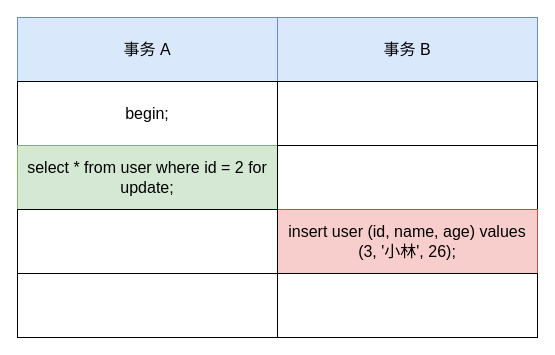
xiaolincoder/ImageHost4 keeps this draw.io diagram as mysql/行级锁/唯一索引等值查询（不存在）.drawio. Above is the earlier version. Source tidied: cells renumbered, new cells numbered last; positions are measured from the earlier drawing's top-left corner, leaving out a move shared by most shapes. Both pictures are drawn from the tidied source at 100%, with x=0, y=0 at pixel (17, 17).
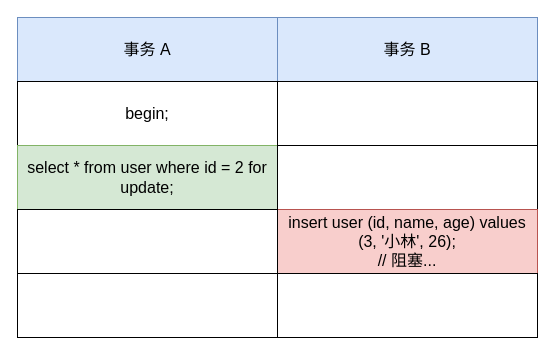
Above is the later version.

Commit message (it also covers changes not shown here):
更新唯一索引等值查询（不存在）.drawio

What changed in the source:
```diff
@@
 <mxGraphModel>
   <root>
     <mxCell id="0" />
     <mxCell id="1" parent="0" />
     <mxCell id="2" style="group;" parent="1" vertex="1">
       <mxGeometry width="520" height="320" as="geometry" />
     </mxCell>
     <mxCell id="3" value="事务 A" style="rounded=0;whiteSpace=wrap;html=1;fillColor=#dae8fc;strokeColor=#6c8ebf;fontSize=16;" parent="2" vertex="1">
       <mxGeometry width="260" height="64" as="geometry" />
     </mxCell>
     <mxCell id="4" value="事务 B" style="rounded=0;whiteSpace=wrap;html=1;fillColor=#dae8fc;strokeColor=#6c8ebf;fontSize=16;" parent="2" vertex="1">
       <mxGeometry x="260" width="260" height="64" as="geometry" />
     </mxCell>
     <mxCell id="5" value="&lt;div style=&quot;font-size: 16px;&quot;&gt;begin;&lt;/div&gt;" style="rounded=0;whiteSpace=wrap;html=1;fontSize=16;" parent="2" vertex="1">
       <mxGeometry y="64" width="260" height="64" as="geometry" />
     </mxCell>
     <mxCell id="6" value="&lt;div style=&quot;font-size: 16px;&quot;&gt;&lt;span style=&quot;background-color: initial; font-size: 16px;&quot;&gt;select * from user where id = 2 for update;&lt;/span&gt;&lt;br style=&quot;font-size: 16px;&quot;&gt;&lt;/div&gt;" style="rounded=0;whiteSpace=wrap;html=1;fillColor=#d5e8d4;strokeColor=#82b366;fontSize=16;" parent="2" vertex="1">
       <mxGeometry y="128" width="260" height="64" as="geometry" />
     </mxCell>
     <mxCell id="7" style="rounded=0;whiteSpace=wrap;html=1;fontSize=16;" parent="2" vertex="1">
       <mxGeometry x="260" y="64" width="260" height="64" as="geometry" />
     </mxCell>
     <mxCell id="8" style="rounded=0;whiteSpace=wrap;html=1;fontSize=16;" parent="2" vertex="1">
       <mxGeometry x="260" y="128" width="260" height="64" as="geometry" />
     </mxCell>
-    <mxCell id="9" value="insert user (id, name, age) values (3, '小林', 26);" style="rounded=0;whiteSpace=wrap;html=1;fillColor=#f8cecc;strokeColor=#b85450;fontSize=16;" parent="2" vertex="1">
+    <mxCell id="9" value="insert user (id, name, age) values (3, '小林', 26);&lt;br&gt;// 阻塞..." style="rounded=0;whiteSpace=wrap;html=1;fillColor=#f8cecc;strokeColor=#b85450;fontSize=16;" parent="2" vertex="1">
       <mxGeometry x="260" y="192" width="260" height="64" as="geometry" />
     </mxCell>
     <mxCell id="10" style="rounded=0;whiteSpace=wrap;html=1;fontSize=16;" parent="2" vertex="1">
       <mxGeometry y="192" width="260" height="64" as="geometry" />
     </mxCell>
     <mxCell id="11" style="rounded=0;whiteSpace=wrap;html=1;fontSize=16;" parent="2" vertex="1">
       <mxGeometry x="260" y="256" width="260" height="64" as="geometry" />
     </mxCell>
     <mxCell id="12" style="rounded=0;whiteSpace=wrap;html=1;fontSize=16;" parent="2" vertex="1">
       <mxGeometry y="256" width="260" height="64" as="geometry" />
     </mxCell>
   </root>
 </mxGraphModel>
```
